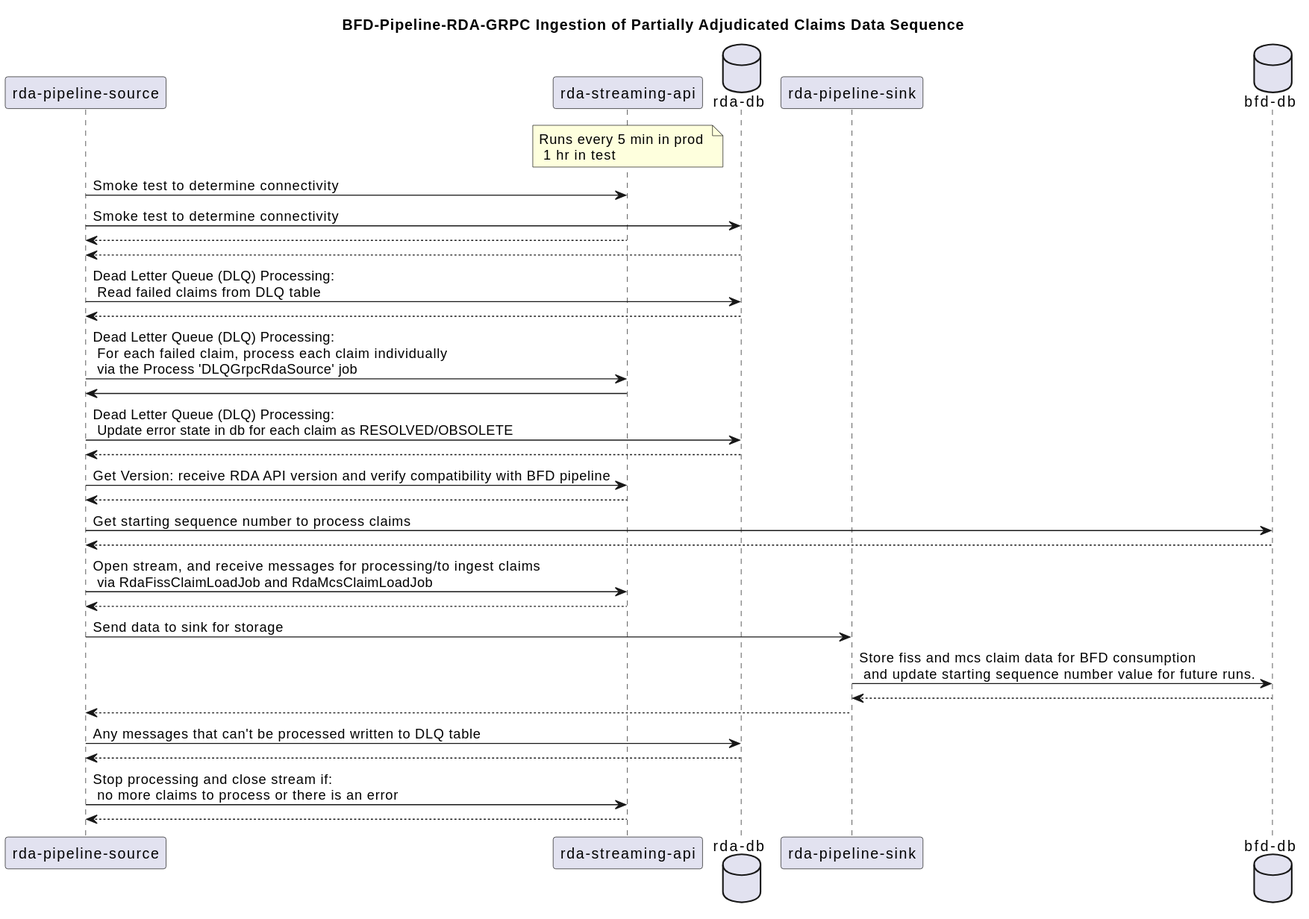
Above: docs/assets/fhir-resource-ingestion-digestion-diagrams/bfd-pipeline-rda-ingestion.svg in CMSgov/beneficiary-fhir-data (PlantUML), before the change. Source of this version:
```plantuml
@startuml
title BFD-Pipeline-RDA-GRPC Ingestion of Partially Adjudicated Claims Data Sequence
participant "rda-pipeline-source"
participant "rda-streaming-api"
database "rda-db"
participant "rda-pipeline-sink"
database "bfd-db"
note over "rda-streaming-api": Runs every 5 min in prod \n 1 hr in test
"rda-pipeline-source" -> "rda-streaming-api": Smoke test to determine connectivity
"rda-pipeline-source" -> "rda-db": Smoke test to determine connectivity
"rda-streaming-api" --> "rda-pipeline-source"
"rda-db" --> "rda-pipeline-source"
"rda-pipeline-source" -> "rda-db": Dead Letter Queue (DLQ) Processing: \n Read failed claims from DLQ table
"rda-db" --> "rda-pipeline-source"
"rda-pipeline-source" -> "rda-streaming-api": Dead Letter Queue (DLQ) Processing: \n For each failed claim, process each claim individually \n via the Process 'DLQGrpcRdaSource' job
"rda-streaming-api" -> "rda-pipeline-source"
"rda-pipeline-source" -> "rda-db": Dead Letter Queue (DLQ) Processing: \n Update error state in db for each claim as RESOLVED/OBSOLETE
"rda-db" --> "rda-pipeline-source"
"rda-pipeline-source" -> "rda-streaming-api": Get Version: receive RDA API version and verify compatibility with BFD pipeline
"rda-streaming-api" --> "rda-pipeline-source"
"rda-pipeline-source" -> "bfd-db": Get starting sequence number to process claims
"bfd-db" --> "rda-pipeline-source"
"rda-pipeline-source" -> "rda-streaming-api": Open stream, and receive messages for processing/to ingest claims \n via RdaFissClaimLoadJob and RdaMcsClaimLoadJob
"rda-streaming-api" --> "rda-pipeline-source"
"rda-pipeline-source" -> "rda-pipeline-sink": Send data to sink for storage
"rda-pipeline-sink" -> "bfd-db": Store fiss and mcs claim data for BFD consumption \n and update starting sequence number value for future runs.
"bfd-db" --> "rda-pipeline-sink"
"rda-pipeline-sink" --> "rda-pipeline-source"
"rda-pipeline-source" -> "rda-db": Any messages that can't be processed written to DLQ table
"rda-db" --> "rda-pipeline-source"
"rda-pipeline-source" -> "rda-streaming-api": Stop processing and close stream if: \n no more claims to process or there is an error
"rda-streaming-api"--> "rda-pipeline-source"
@enduml
```
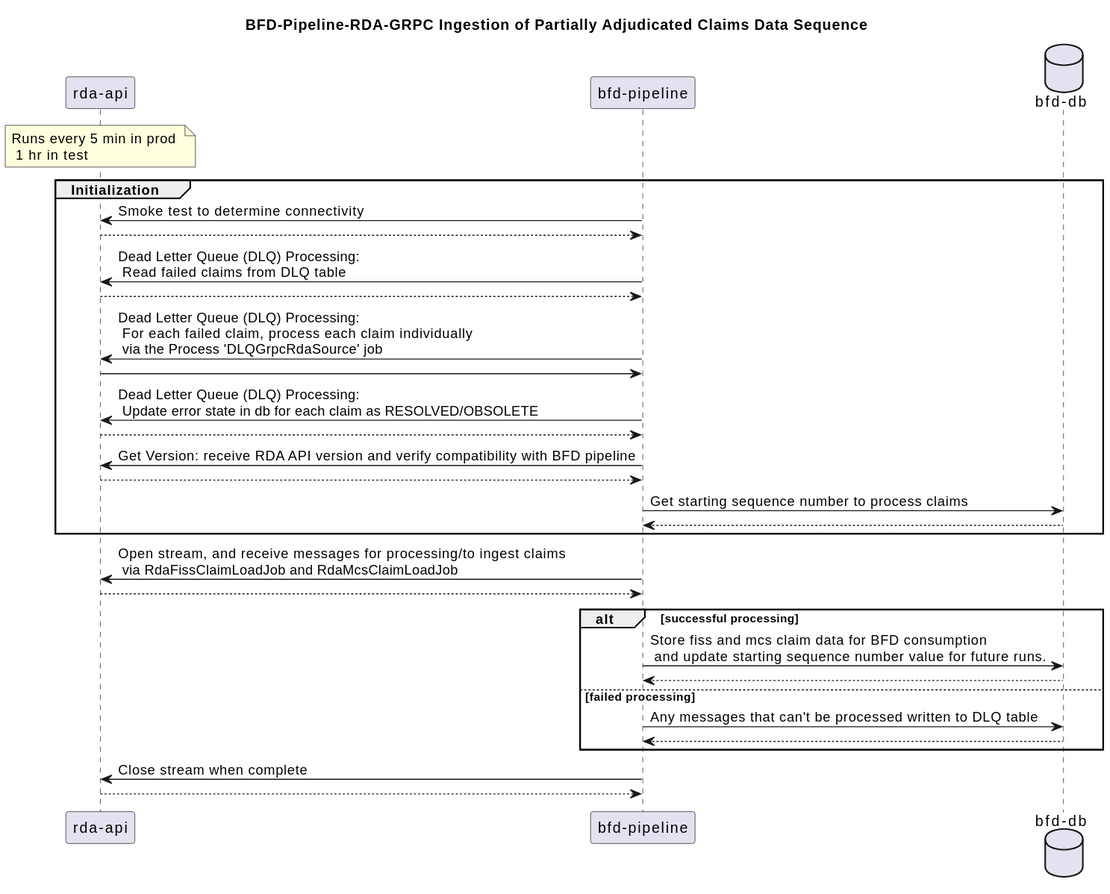
The same diagram one commit later.

Commit message:
move rda diagram

What changed in the source:
```diff
@@ -1,33 +1,32 @@
 @startuml
 title BFD-Pipeline-RDA-GRPC Ingestion of Partially Adjudicated Claims Data Sequence
-participant "rda-pipeline-source"
-participant "rda-streaming-api"
-database "rda-db"
-participant "rda-pipeline-sink"
+participant "rda-api"
+participant "bfd-pipeline"
 database "bfd-db"
-note over "rda-streaming-api": Runs every 5 min in prod \n 1 hr in test
-"rda-pipeline-source" -> "rda-streaming-api": Smoke test to determine connectivity
-"rda-pipeline-source" -> "rda-db": Smoke test to determine connectivity
-"rda-streaming-api" --> "rda-pipeline-source"
-"rda-db" --> "rda-pipeline-source"
-"rda-pipeline-source" -> "rda-db": Dead Letter Queue (DLQ) Processing: \n Read failed claims from DLQ table
-"rda-db" --> "rda-pipeline-source"
-"rda-pipeline-source" -> "rda-streaming-api": Dead Letter Queue (DLQ) Processing: \n For each failed claim, process each claim individually \n via the Process 'DLQGrpcRdaSource' job
-"rda-streaming-api" -> "rda-pipeline-source"
-"rda-pipeline-source" -> "rda-db": Dead Letter Queue (DLQ) Processing: \n Update error state in db for each claim as RESOLVED/OBSOLETE
-"rda-db" --> "rda-pipeline-source"
-"rda-pipeline-source" -> "rda-streaming-api": Get Version: receive RDA API version and verify compatibility with BFD pipeline
-"rda-streaming-api" --> "rda-pipeline-source"
-"rda-pipeline-source" -> "bfd-db": Get starting sequence number to process claims
-"bfd-db" --> "rda-pipeline-source"
-"rda-pipeline-source" -> "rda-streaming-api": Open stream, and receive messages for processing/to ingest claims \n via RdaFissClaimLoadJob and RdaMcsClaimLoadJob
-"rda-streaming-api" --> "rda-pipeline-source"
-"rda-pipeline-source" -> "rda-pipeline-sink": Send data to sink for storage
-"rda-pipeline-sink" -> "bfd-db": Store fiss and mcs claim data for BFD consumption \n and update starting sequence number value for future runs.
-"bfd-db" --> "rda-pipeline-sink"
-"rda-pipeline-sink" --> "rda-pipeline-source"
-"rda-pipeline-source" -> "rda-db": Any messages that can't be processed written to DLQ table
-"rda-db" --> "rda-pipeline-source"
-"rda-pipeline-source" -> "rda-streaming-api": Stop processing and close stream if: \n no more claims to process or there is an error
-"rda-streaming-api"--> "rda-pipeline-source"
+note over "rda-api": Runs every 5 min in prod \n 1 hr in test
+group Initialization
+"bfd-pipeline" -> "rda-api": Smoke test to determine connectivity
+"rda-api" --> "bfd-pipeline"
+"bfd-pipeline" -> "rda-api": Dead Letter Queue (DLQ) Processing: \n Read failed claims from DLQ table
+"rda-api" --> "bfd-pipeline"
+"bfd-pipeline" -> "rda-api": Dead Letter Queue (DLQ) Processing: \n For each failed claim, process each claim individually \n via the Process 'DLQGrpcRdaSource' job
+"rda-api" -> "bfd-pipeline"
+"bfd-pipeline" -> "rda-api": Dead Letter Queue (DLQ) Processing: \n Update error state in db for each claim as RESOLVED/OBSOLETE
+"rda-api" --> "bfd-pipeline"
+"bfd-pipeline" -> "rda-api": Get Version: receive RDA API version and verify compatibility with BFD pipeline
+"rda-api" --> "bfd-pipeline"
+"bfd-pipeline" -> "bfd-db": Get starting sequence number to process claims
+"bfd-db" --> "bfd-pipeline"
+end
+"bfd-pipeline" -> "rda-api": Open stream, and receive messages for processing/to ingest claims \n via RdaFissClaimLoadJob and RdaMcsClaimLoadJob
+"rda-api" --> "bfd-pipeline"
+alt successful processing
+"bfd-pipeline" -> "bfd-db": Store fiss and mcs claim data for BFD consumption \n and update starting sequence number value for future runs.
+"bfd-db" --> "bfd-pipeline"
+else failed processing
+"bfd-pipeline" -> "bfd-db": Any messages that can't be processed written to DLQ table
+"bfd-db" --> "bfd-pipeline"
+end
+"bfd-pipeline" -> "rda-api": Close stream when complete
+"rda-api"--> "bfd-pipeline"
 @enduml
```
